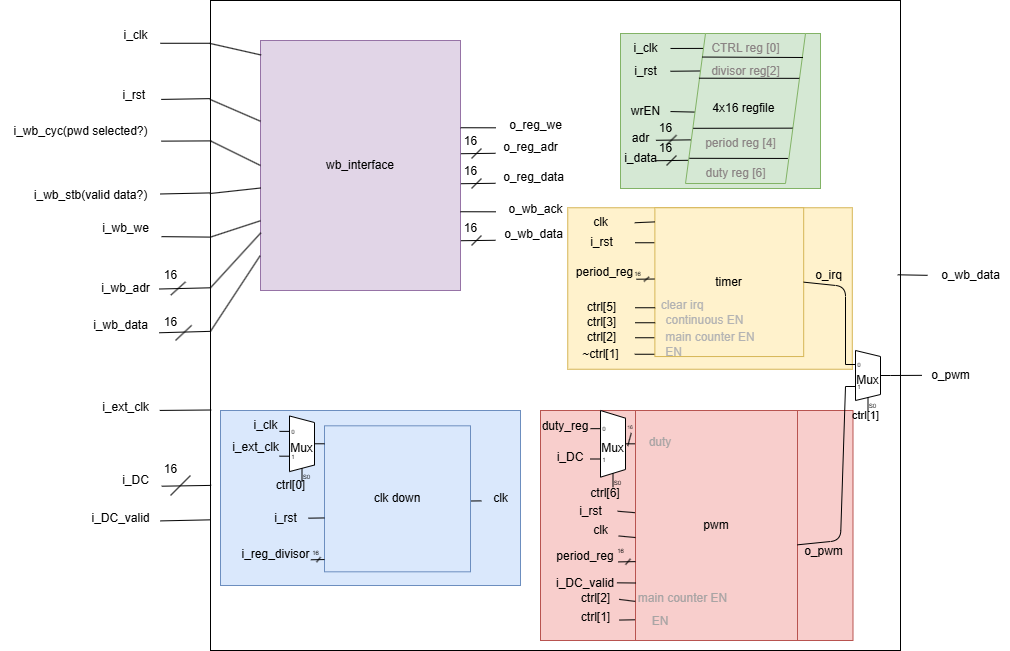
The draw.io diagram Docs/block_diagram.png in kareem05-ash/Hackathon, before a commit. Source tidied: cells renumbered, new cells last; positions are measured from the earlier drawing's top-left corner, leaving out a move shared by most shapes.
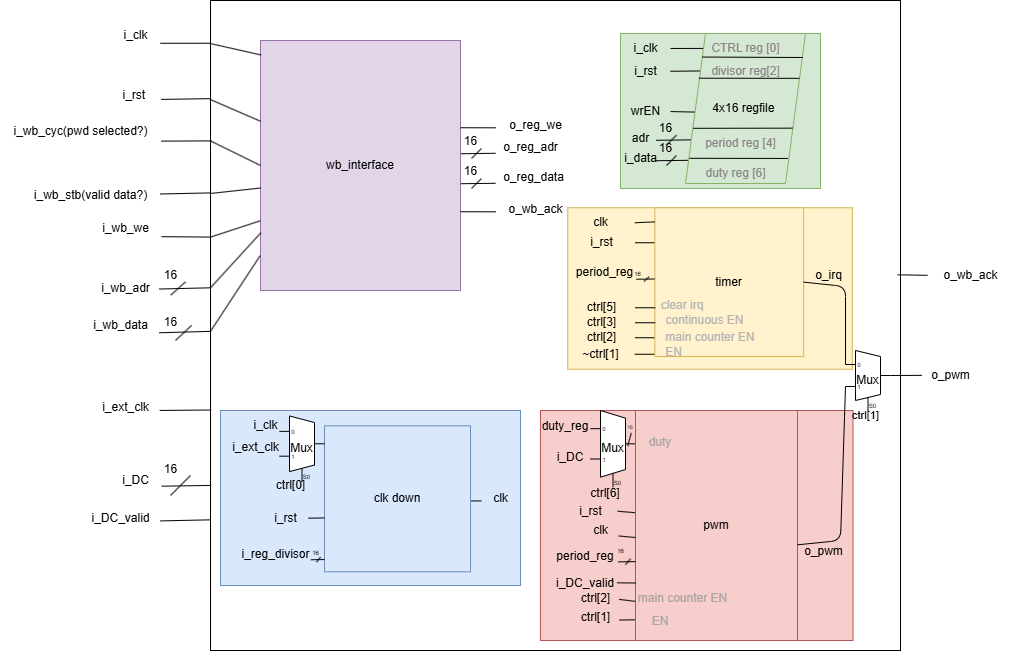
Later version of the same file.

Commit message:
minor changes on block diagram

Change to the diagram source:
```diff
@@ -147,27 +147,6 @@
         <mxPoint x="31" y="22" as="targetPoint" />
       </mxGeometry>
     </mxCell>
-    <mxCell id="45" value="o_wb_data" style="text;html=1;align=center;verticalAlign=middle;strokeColor=none;fillColor=none;" parent="1" vertex="1">
-      <mxGeometry x="492.5" y="219" width="80" height="30" as="geometry" />
-    </mxCell>
-    <mxCell id="46" style="group;" parent="1" vertex="1">
-      <mxGeometry x="450" y="213" width="45" height="32" as="geometry" />
-    </mxCell>
-    <mxCell id="47" style="endArrow=none;html=1;exitX=0.004;exitY=0.577;exitDx=0;exitDy=0;exitPerimeter=0;entryX=1.003;entryY=0.475;entryDx=0;entryDy=0;entryPerimeter=0;" parent="46" edge="1">
-      <mxGeometry relative="1" as="geometry">
-        <mxPoint x="45" y="26.8" as="sourcePoint" />
-        <mxPoint x="10.4" y="27.2" as="targetPoint" />
-      </mxGeometry>
-    </mxCell>
-    <mxCell id="48" value="16" style="text;html=1;align=center;verticalAlign=middle;strokeColor=none;fillColor=none;imageWidth=20;imageHeight=20;" parent="46" vertex="1">
-      <mxGeometry width="40" height="30" as="geometry" />
-    </mxCell>
-    <mxCell id="49" style="endArrow=none;html=1;" parent="46" edge="1">
-      <mxGeometry relative="1" as="geometry">
-        <mxPoint x="21" y="32" as="sourcePoint" />
-        <mxPoint x="31" y="22" as="targetPoint" />
-      </mxGeometry>
-    </mxCell>
     <mxCell id="50" style="endArrow=none;html=1;exitX=0.004;exitY=0.577;exitDx=0;exitDy=0;exitPerimeter=0;entryX=1;entryY=0.685;entryDx=0;entryDy=0;entryPerimeter=0;" parent="1" edge="1" source="51" target="31">
       <mxGeometry relative="1" as="geometry" />
     </mxCell>
@@ -492,7 +471,7 @@
         </Array>
       </mxGeometry>
     </mxCell>
-    <mxCell id="145" value="o_wb_data" style="text;html=1;align=center;verticalAlign=middle;points=[];strokeColor=none;fillColor=none;" parent="1" vertex="1">
+    <mxCell id="145" value="o_wb_ack" style="text;html=1;align=center;verticalAlign=middle;points=[];strokeColor=none;fillColor=none;" parent="1" vertex="1">
       <mxGeometry x="930" y="260" width="80" height="30" as="geometry" />
     </mxCell>
     <mxCell id="146" style="endArrow=none;html=1;entryX=0.996;entryY=0.422;entryDx=0;entryDy=0;entryPerimeter=0;exitX=-0.037;exitY=0.494;exitDx=0;exitDy=0;exitPerimeter=0;" parent="1" edge="1" source="145" target="2">
```
